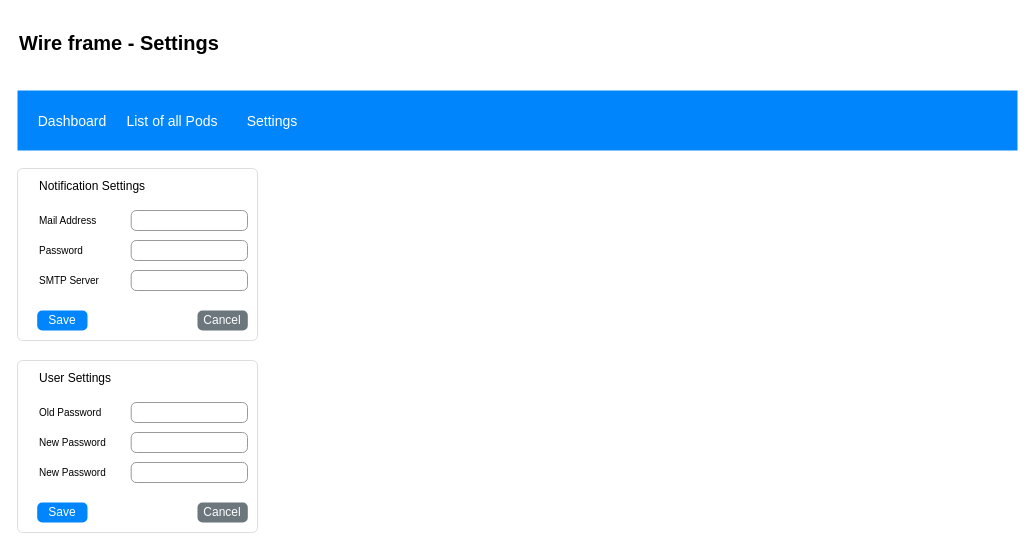
KubeWatch-Monitoring/KubeWatch keeps this draw.io diagram as page "Settings" (6 of 7) of Documentation/src/resources/wireframe_kubewatch.drawio. Above is the earlier version. Source tidied: cells renumbered, new cells numbered last; positions are measured from the earlier drawing's top-left corner, leaving out a move shared by most shapes. Both pictures are drawn from the tidied source at 100%, with x=0, y=0 at pixel (17, 27).
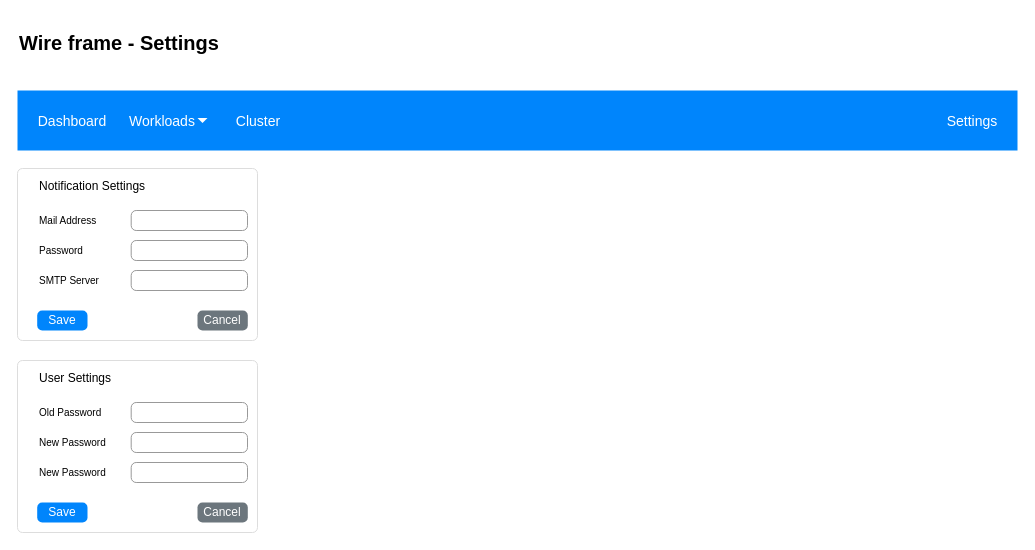
The same diagram, later.

Change to the diagram source:
```diff
@@
-    <mxCell id="2" style="html=1;shadow=0;dashed=0;fillColor=#0085FC;strokeColor=none;fontSize=16;fontColor=#ffffff;align=left;spacing=15;" parent="1" vertex="1">
-      <mxGeometry y="63" width="1000" height="60" as="geometry" />
-    </mxCell>
-    <mxCell id="3" value="Dashboard" style="fillColor=none;strokeColor=none;fontSize=14;fontColor=#ffffff;align=center;" parent="2" vertex="1">
-      <mxGeometry width="70" height="40" relative="1" as="geometry">
-        <mxPoint x="20" y="10" as="offset" />
-      </mxGeometry>
-    </mxCell>
-    <mxCell id="4" value="List of all Pods" style="fillColor=none;strokeColor=none;fontSize=14;fontColor=#ffffff;align=center;" parent="2" vertex="1">
-      <mxGeometry x="110" y="10" width="90" height="40" as="geometry" />
-    </mxCell>
-    <mxCell id="5" value="Settings" style="fillColor=none;strokeColor=none;fontSize=14;fontColor=#ffffff;align=center;" parent="2" vertex="1">
-      <mxGeometry x="220" y="10" width="70" height="40" as="geometry" />
-    </mxCell>
@@
+    <mxCell id="35" style="group;" parent="1" vertex="1">
+      <mxGeometry y="63" width="1000" height="60" as="geometry" />
+    </mxCell>
+    <mxCell id="36" style="html=1;shadow=0;dashed=0;fillColor=#0085FC;strokeColor=none;fontSize=16;fontColor=#ffffff;align=left;spacing=15;" parent="35" vertex="1">
+      <mxGeometry width="1000" height="60" as="geometry" />
+    </mxCell>
+    <mxCell id="3" value="Dashboard" style="fillColor=none;strokeColor=none;fontSize=14;fontColor=#ffffff;align=center;" parent="36" vertex="1">
+      <mxGeometry width="70" height="40" relative="1" as="geometry">
+        <mxPoint x="20" y="10" as="offset" />
+      </mxGeometry>
+    </mxCell>
+    <mxCell id="5" value="Settings" style="fillColor=none;strokeColor=none;fontSize=14;fontColor=#ffffff;align=center;" parent="36" vertex="1">
+      <mxGeometry x="920" y="10" width="70" height="40" as="geometry" />
+    </mxCell>
+    <mxCell id="37" style="group;" parent="36" vertex="1">
+      <mxGeometry x="110" y="10" width="90" height="40" as="geometry" />
+    </mxCell>
+    <mxCell id="38" value="Workloads" style="fillColor=none;strokeColor=none;fontSize=14;fontColor=#ffffff;align=left;" parent="37" vertex="1">
+      <mxGeometry width="90" height="40" as="geometry" />
+    </mxCell>
+    <mxCell id="39" style="shape=triangle;direction=south;fillColor=#ffffff;strokeColor=none;perimeter=none;" parent="37" vertex="1">
+      <mxGeometry x="70" y="17.5" width="10" height="5" as="geometry" />
+    </mxCell>
+    <mxCell id="40" value="Cluster" style="fillColor=none;strokeColor=none;fontSize=14;fontColor=#ffffff;align=center;" parent="35" vertex="1">
+      <mxGeometry x="206" y="10" width="70" height="40" as="geometry" />
+    </mxCell>
```
